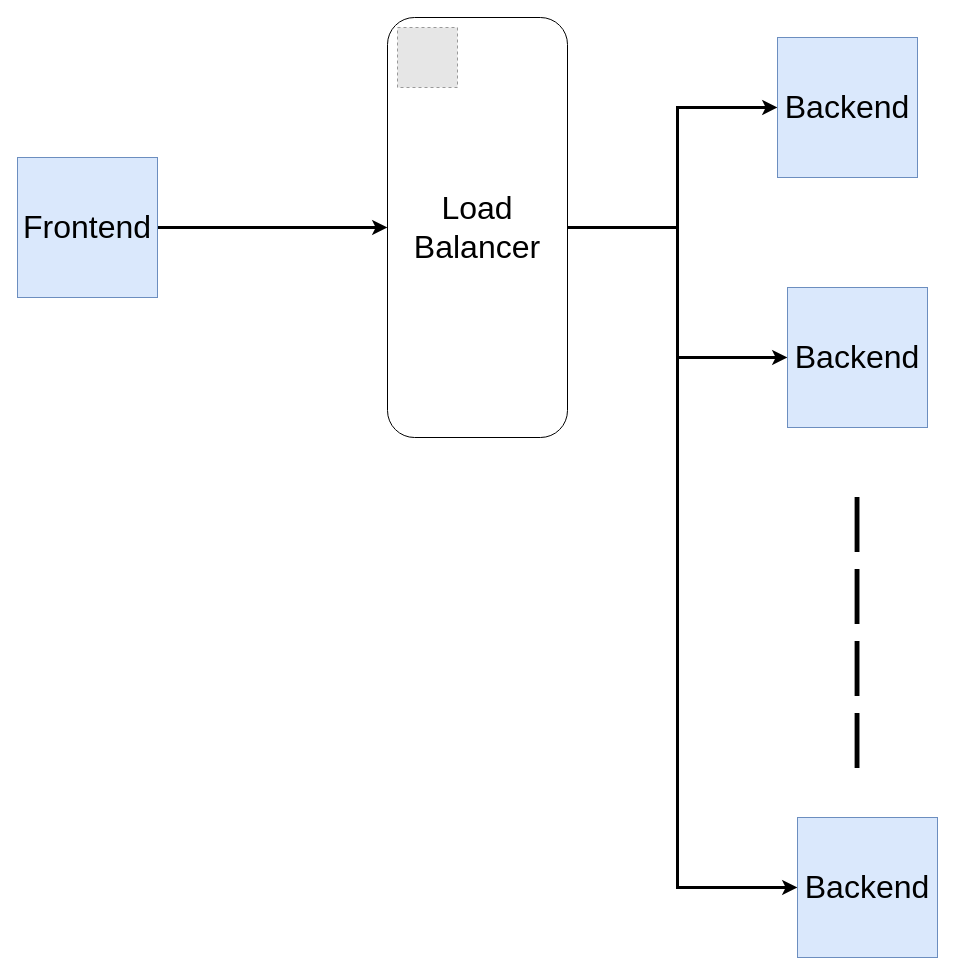
This is diagrams/HighLevelBlockDiagram.drawio from jadhamwi31/cc_productivity_and_marketing_kit, a draw.io file, before an edit. Source tidied: cells renumbered, new cells numbered last; positions are measured from the earlier drawing's top-left corner, leaving out a move shared by most shapes. Both pictures are drawn from the tidied source at 100%, with x=0, y=0 at pixel (17, 17). Pictures stored in the file or linked from it are replaced by grey dashed boxes.
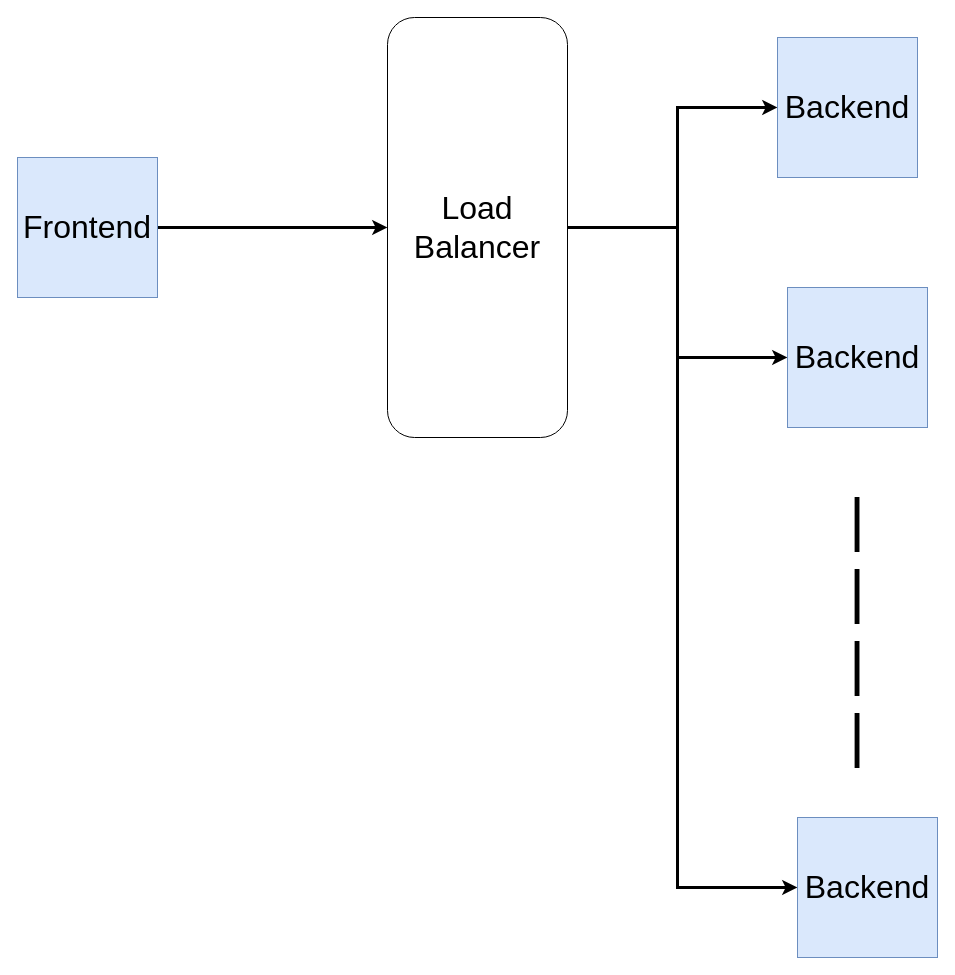
After the change.

Commit message (it also covers changes not shown here):
vidoe editing sequence diagram

Change to the diagram source:
```diff
@@
 <mxGraphModel>
   <root>
     <mxCell id="0" />
     <mxCell id="1" parent="0" />
     <mxCell id="2" style="edgeStyle=orthogonalEdgeStyle;rounded=0;jettySize=auto;html=1;exitX=1;exitY=0.5;exitDx=0;exitDy=0;entryX=0;entryY=0.5;entryDx=0;entryDy=0;fontSize=32;strokeWidth=3;" parent="1" edge="1" source="3" target="7">
       <mxGeometry relative="1" as="geometry" />
     </mxCell>
     <mxCell id="3" value="Frontend" style="whiteSpace=wrap;html=1;fillColor=#dae8fc;strokeColor=#6c8ebf;fontSize=32;" parent="1" vertex="1">
       <mxGeometry y="140" width="140" height="140" as="geometry" />
     </mxCell>
     <mxCell id="4" style="edgeStyle=orthogonalEdgeStyle;rounded=0;jettySize=auto;html=1;exitX=1;exitY=0.5;exitDx=0;exitDy=0;fontSize=32;strokeWidth=3;" parent="1" edge="1" source="7" target="8">
       <mxGeometry relative="1" as="geometry">
         <Array as="points">
           <mxPoint x="660" y="210" />
           <mxPoint x="660" y="90" />
         </Array>
       </mxGeometry>
     </mxCell>
     <mxCell id="5" style="edgeStyle=orthogonalEdgeStyle;rounded=0;jettySize=auto;html=1;exitX=1;exitY=0.5;exitDx=0;exitDy=0;fontSize=32;strokeWidth=3;" parent="1" edge="1" source="7" target="9">
       <mxGeometry relative="1" as="geometry" />
     </mxCell>
     <mxCell id="6" style="edgeStyle=orthogonalEdgeStyle;rounded=0;jettySize=auto;html=1;exitX=1;exitY=0.5;exitDx=0;exitDy=0;entryX=0;entryY=0.5;entryDx=0;entryDy=0;fontSize=32;strokeWidth=3;" parent="1" edge="1" source="7" target="10">
       <mxGeometry relative="1" as="geometry">
         <Array as="points">
           <mxPoint x="660" y="210" />
           <mxPoint x="660" y="870" />
         </Array>
       </mxGeometry>
     </mxCell>
     <mxCell id="7" value="Load Balancer" style="rounded=1;whiteSpace=wrap;html=1;fontSize=32;" parent="1" vertex="1">
       <mxGeometry x="370" width="180" height="420" as="geometry" />
     </mxCell>
     <mxCell id="8" value="Backend" style="whiteSpace=wrap;html=1;fillColor=#dae8fc;strokeColor=#6c8ebf;fontSize=32;" parent="1" vertex="1">
       <mxGeometry x="760" y="20" width="140" height="140" as="geometry" />
     </mxCell>
     <mxCell id="9" value="Backend" style="whiteSpace=wrap;html=1;fillColor=#dae8fc;strokeColor=#6c8ebf;fontSize=32;" parent="1" vertex="1">
       <mxGeometry x="770" y="270" width="140" height="140" as="geometry" />
     </mxCell>
     <mxCell id="10" value="Backend" style="whiteSpace=wrap;html=1;fillColor=#dae8fc;strokeColor=#6c8ebf;fontSize=32;" parent="1" vertex="1">
       <mxGeometry x="780" y="800" width="140" height="140" as="geometry" />
     </mxCell>
-    <mxCell id="11" style="fillColor=#E6E6E6;strokeColor=#999999;dashed=1;verticalLabelPosition=bottom;labelBackgroundColor=default;verticalAlign=top;fontSize=32;" parent="1" vertex="1">
-      <mxGeometry x="380" y="10" width="60" height="60" as="geometry" />
-    </mxCell>
     <mxCell id="12" value="|&lt;br style=&quot;font-size: 60px;&quot;&gt;|&lt;br style=&quot;font-size: 60px;&quot;&gt;|&lt;br style=&quot;font-size: 60px;&quot;&gt;|&lt;br style=&quot;font-size: 60px;&quot;&gt;" style="text;html=1;strokeColor=none;fillColor=none;align=center;verticalAlign=middle;whiteSpace=wrap;rounded=0;fontSize=60;" parent="1" vertex="1">
       <mxGeometry x="810" y="450" width="60" height="320" as="geometry" />
     </mxCell>
   </root>
 </mxGraphModel>
```
